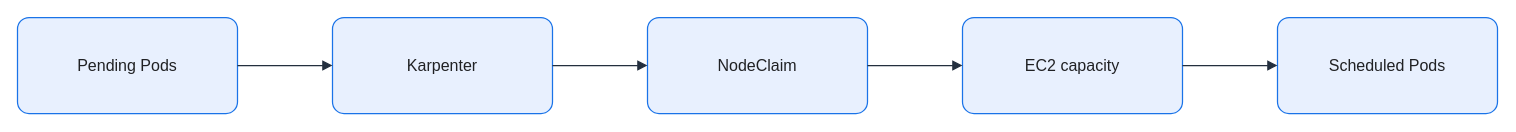
This is assets/img/kubernetes/karpenter-provisioning-flow.drawio from KKamJi98/kkamji98.github.io, a draw.io file, before an edit. Source tidied: cells renumbered, new cells numbered last; positions are measured from the earlier drawing's top-left corner, leaving out a move shared by most shapes. Both pictures are drawn from the tidied source at 100%, with x=0, y=0 at pixel (17, 17).
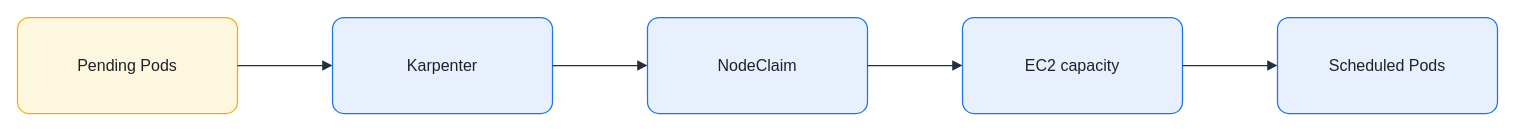
Above is the later version.

What changed in the source:
```diff
@@
 <mxGraphModel background="#FFFFFF">
   <root>
     <mxCell id="0" />
     <mxCell id="1" parent="0" />
-    <mxCell id="2" value="Pending Pods" style="rounded=1;arcSize=12;whiteSpace=wrap;html=0;fillColor=#E8F0FE;strokeColor=#1A73E8;strokeWidth=1.25;fontColor=#202124;fontSize=16;align=center;verticalAlign=middle;spacing=8;shadow=0;" parent="1" vertex="1">
+    <mxCell id="2" value="Pending Pods" style="rounded=1;arcSize=12;whiteSpace=wrap;html=0;fillColor=#FEF7E0;strokeColor=#F9AB00;strokeWidth=1.25;fontColor=#202124;fontSize=16;align=center;verticalAlign=middle;spacing=8;shadow=0;" parent="1" vertex="1">
       <mxGeometry width="220" height="96" as="geometry" />
     </mxCell>
     <mxCell id="3" value="Karpenter" style="rounded=1;arcSize=12;whiteSpace=wrap;html=0;fillColor=#E8F0FE;strokeColor=#1A73E8;strokeWidth=1.25;fontColor=#202124;fontSize=16;align=center;verticalAlign=middle;spacing=8;shadow=0;" parent="1" vertex="1">
       <mxGeometry x="315" width="220" height="96" as="geometry" />
     </mxCell>
     <mxCell id="4" value="NodeClaim" style="rounded=1;arcSize=12;whiteSpace=wrap;html=0;fillColor=#E8F0FE;strokeColor=#1A73E8;strokeWidth=1.25;fontColor=#202124;fontSize=16;align=center;verticalAlign=middle;spacing=8;shadow=0;" parent="1" vertex="1">
       <mxGeometry x="630" width="220" height="96" as="geometry" />
     </mxCell>
     <mxCell id="5" value="EC2 capacity" style="rounded=1;arcSize=12;whiteSpace=wrap;html=0;fillColor=#E8F0FE;strokeColor=#1A73E8;strokeWidth=1.25;fontColor=#202124;fontSize=16;align=center;verticalAlign=middle;spacing=8;shadow=0;" parent="1" vertex="1">
       <mxGeometry x="945" width="220" height="96" as="geometry" />
     </mxCell>
     <mxCell id="6" value="Scheduled Pods" style="rounded=1;arcSize=12;whiteSpace=wrap;html=0;fillColor=#E8F0FE;strokeColor=#1A73E8;strokeWidth=1.25;fontColor=#202124;fontSize=16;align=center;verticalAlign=middle;spacing=8;shadow=0;" parent="1" vertex="1">
       <mxGeometry x="1260" width="220" height="96" as="geometry" />
     </mxCell>
     <mxCell id="7" style="edgeStyle=orthogonalEdgeStyle;rounded=0;jettySize=auto;html=0;endArrow=block;endFill=1;strokeColor=#232F3E;strokeWidth=1.25;fontColor=#202124;labelBackgroundColor=none;exitX=1;exitY=0.5;exitDx=0;exitDy=0;entryX=0;entryY=0.5;entryDx=0;entryDy=0;endSize=7;" parent="1" edge="1" source="2" target="3">
       <mxGeometry relative="1" as="geometry" />
     </mxCell>
     <mxCell id="8" style="edgeStyle=orthogonalEdgeStyle;rounded=0;jettySize=auto;html=0;endArrow=block;endFill=1;strokeColor=#232F3E;strokeWidth=1.25;fontColor=#202124;labelBackgroundColor=none;exitX=1;exitY=0.5;exitDx=0;exitDy=0;entryX=0;entryY=0.5;entryDx=0;entryDy=0;endSize=7;" parent="1" edge="1" source="3" target="4">
       <mxGeometry relative="1" as="geometry" />
     </mxCell>
     <mxCell id="9" style="edgeStyle=orthogonalEdgeStyle;rounded=0;jettySize=auto;html=0;endArrow=block;endFill=1;strokeColor=#232F3E;strokeWidth=1.25;fontColor=#202124;labelBackgroundColor=none;exitX=1;exitY=0.5;exitDx=0;exitDy=0;entryX=0;entryY=0.5;entryDx=0;entryDy=0;endSize=7;" parent="1" edge="1" source="4" target="5">
       <mxGeometry relative="1" as="geometry" />
     </mxCell>
     <mxCell id="10" style="edgeStyle=orthogonalEdgeStyle;rounded=0;jettySize=auto;html=0;endArrow=block;endFill=1;strokeColor=#232F3E;strokeWidth=1.25;fontColor=#202124;labelBackgroundColor=none;exitX=1;exitY=0.5;exitDx=0;exitDy=0;entryX=0;entryY=0.5;entryDx=0;entryDy=0;endSize=7;" parent="1" edge="1" source="5" target="6">
       <mxGeometry relative="1" as="geometry" />
     </mxCell>
   </root>
 </mxGraphModel>
```
